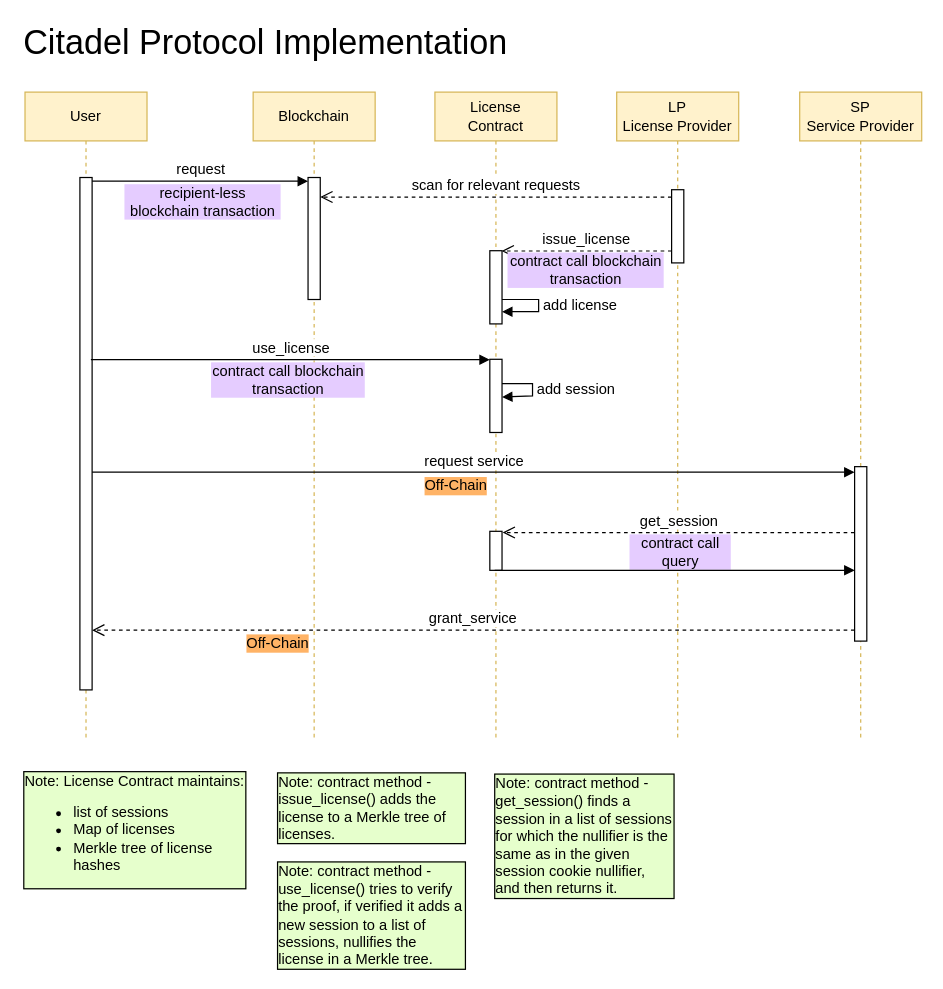
The draw.io diagram docs/specs/images/implementation.drawio in dusk-network/citadel, before the edit. Source tidied: cells renumbered, new cells numbered last; positions are measured from the earlier drawing's top-left corner, leaving out a move shared by most shapes. Both pictures are drawn from the tidied source at 122%, with x=0, y=0 at pixel (21, 23).
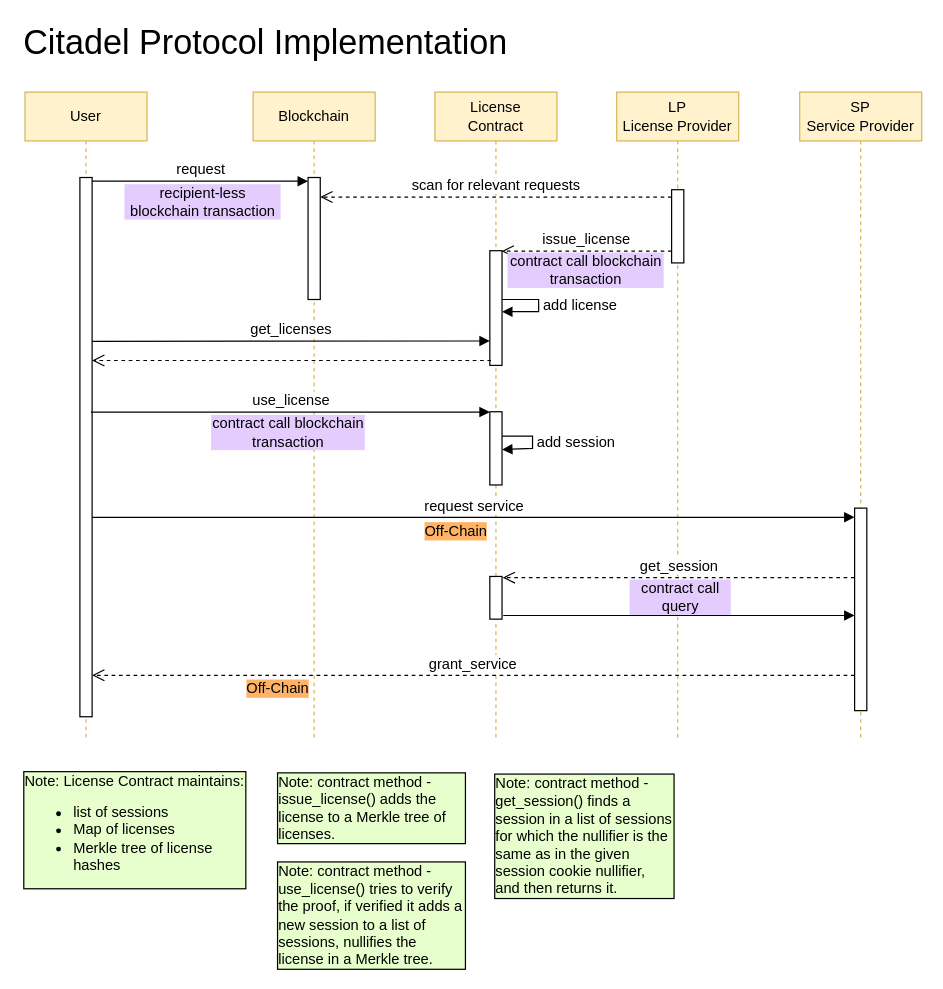
Above is the later version.

Commit message (it also covers changes not shown here):
Improved diagram and added flow description

The change refers to these unchanged cells:
```xml
<mxCell id="4" value="User" style="shape=umlLifeline;perimeter=lifelinePerimeter;whiteSpace=wrap;html=1;newEdgeStyle={&quot;edgeStyle&quot;:&quot;elbowEdgeStyle&quot;,&quot;elbow&quot;:&quot;vertical&quot;,&quot;curved&quot;:0,&quot;rounded&quot;:0};labelBackgroundColor=none;fillColor=#fff2cc;strokeColor=#d6b656;" parent="1" vertex="1">
  <mxGeometry x="3" y="56" width="100" height="530" as="geometry" />
</mxCell>
<mxCell id="30" value="SP&lt;br&gt;Service Provider" style="shape=umlLifeline;perimeter=lifelinePerimeter;whiteSpace=wrap;html=1;newEdgeStyle={&quot;edgeStyle&quot;:&quot;elbowEdgeStyle&quot;,&quot;elbow&quot;:&quot;vertical&quot;,&quot;curved&quot;:0,&quot;rounded&quot;:0};fillColor=#fff2cc;strokeColor=#d6b656;" parent="1" vertex="1">
  <mxGeometry x="638" y="56" width="100" height="530" as="geometry" />
</mxCell>
```

Change to the diagram source:
```diff
@@
     <mxCell id="5" style="html=1;perimeter=orthogonalPerimeter;targetShapes=umlLifeline;newEdgeStyle={&quot;edgeStyle&quot;:&quot;elbowEdgeStyle&quot;,&quot;elbow&quot;:&quot;vertical&quot;,&quot;curved&quot;:0,&quot;rounded&quot;:0};labelBackgroundColor=none;" parent="4" vertex="1">
-      <mxGeometry x="45" y="70" width="10" height="420" as="geometry" />
+      <mxGeometry x="45" y="70" width="10" height="442" as="geometry" />
     </mxCell>
@@
     <mxCell id="10" value="use_license" style="html=1;verticalAlign=bottom;endArrow=block;rounded=0;fontSize=12;exitX=0.9;exitY=0.427;exitDx=0;exitDy=0;exitPerimeter=0;" parent="1" edge="1" target="12">
       <mxGeometry relative="1" as="geometry">
-        <mxPoint x="57" y="275.3" as="sourcePoint" />
+        <mxPoint x="57" y="318.3" as="sourcePoint" />
       </mxGeometry>
     </mxCell>
@@
     <mxCell id="12" style="html=1;points=[];perimeter=orthogonalPerimeter;outlineConnect=0;targetShapes=umlLifeline;portConstraint=eastwest;newEdgeStyle={&quot;edgeStyle&quot;:&quot;elbowEdgeStyle&quot;,&quot;elbow&quot;:&quot;vertical&quot;,&quot;curved&quot;:0,&quot;rounded&quot;:0};" parent="1" vertex="1">
-      <mxGeometry x="384" y="275" width="10" height="60" as="geometry" />
+      <mxGeometry x="384" y="318" width="10" height="60" as="geometry" />
     </mxCell>
@@
     <mxCell id="19" value="contract call blockchain transaction" style="text;html=1;strokeColor=none;fillColor=none;align=center;verticalAlign=middle;whiteSpace=wrap;rounded=0;labelBackgroundColor=#E5CCFF;fontSize=12;" parent="1" vertex="1">
-      <mxGeometry x="155" y="277" width="128" height="30" as="geometry" />
+      <mxGeometry x="155" y="320" width="128" height="30" as="geometry" />
     </mxCell>
-    <mxCell id="20" value="request service" style="html=1;verticalAlign=bottom;endArrow=block;rounded=0;fontSize=12;" parent="1" edge="1" target="31">
+    <mxCell id="20" value="request service" style="html=1;verticalAlign=bottom;endArrow=block;rounded=0;fontSize=12;" parent="1" edge="1">
       <mxGeometry relative="1" as="geometry">
-        <mxPoint x="58" y="367.5" as="sourcePoint" />
+        <mxPoint x="58" y="404.5" as="sourcePoint" />
+        <mxPoint x="683" y="404.5" as="targetPoint" />
       </mxGeometry>
     </mxCell>
     <mxCell id="21" style="html=1;perimeter=orthogonalPerimeter;labelBackgroundColor=#99FF99;fontSize=12;" parent="1" vertex="1">
-      <mxGeometry x="384" y="416" width="10" height="32" as="geometry" />
+      <mxGeometry x="384" y="453" width="10" height="35" as="geometry" />
     </mxCell>
     <mxCell id="22" value="get_session" style="html=1;verticalAlign=bottom;endArrow=open;dashed=1;endSize=8;rounded=0;fontSize=12;entryX=1.05;entryY=0.063;entryDx=0;entryDy=0;entryPerimeter=0;" parent="1" edge="1">
       <mxGeometry relative="1" as="geometry">
-        <mxPoint x="683" y="417" as="sourcePoint" />
-        <mxPoint x="394.5" y="417" as="targetPoint" />
+        <mxPoint x="683" y="454" as="sourcePoint" />
+        <mxPoint x="394.5" y="454" as="targetPoint" />
       </mxGeometry>
     </mxCell>
     <mxCell id="23" value="contract call query" style="text;html=1;strokeColor=none;fillColor=none;align=center;verticalAlign=middle;whiteSpace=wrap;rounded=0;labelBackgroundColor=#E5CCFF;fontSize=12;" parent="1" vertex="1">
-      <mxGeometry x="498" y="423" width="85" height="20" as="geometry" />
+      <mxGeometry x="498" y="460" width="85" height="20" as="geometry" />
     </mxCell>
     <mxCell id="24" value="grant_service" style="html=1;verticalAlign=bottom;endArrow=open;dashed=1;endSize=8;rounded=0;fontSize=12;" parent="1" edge="1">
       <mxGeometry relative="1" as="geometry">
-        <mxPoint x="683" y="497" as="sourcePoint" />
-        <mxPoint x="58" y="497" as="targetPoint" />
+        <mxPoint x="683" y="534" as="sourcePoint" />
+        <mxPoint x="58" y="534" as="targetPoint" />
       </mxGeometry>
     </mxCell>
     <mxCell id="25" value="Off-Chain" style="text;html=1;strokeColor=none;fillColor=none;align=center;verticalAlign=middle;whiteSpace=wrap;rounded=0;labelBackgroundColor=#FFB366;fontSize=12;" parent="1" vertex="1">
-      <mxGeometry x="168" y="493" width="85" height="30" as="geometry" />
+      <mxGeometry x="168" y="530" width="85" height="30" as="geometry" />
     </mxCell>
@@
     <mxCell id="29" style="html=1;verticalAlign=bottom;endArrow=block;rounded=0;fontSize=12;" parent="1" edge="1">
       <mxGeometry relative="1" as="geometry">
-        <mxPoint x="388" y="448" as="sourcePoint" />
-        <mxPoint x="683" y="448" as="targetPoint" />
+        <mxPoint x="395" y="485" as="sourcePoint" />
+        <mxPoint x="683" y="485" as="targetPoint" />
       </mxGeometry>
     </mxCell>
@@
     <mxCell id="31" style="html=1;points=[];perimeter=orthogonalPerimeter;outlineConnect=0;targetShapes=umlLifeline;portConstraint=eastwest;newEdgeStyle={&quot;edgeStyle&quot;:&quot;elbowEdgeStyle&quot;,&quot;elbow&quot;:&quot;vertical&quot;,&quot;curved&quot;:0,&quot;rounded&quot;:0};" parent="30" vertex="1">
-      <mxGeometry x="45" y="307" width="10" height="143" as="geometry" />
+      <mxGeometry x="45" y="341" width="10" height="166" as="geometry" />
     </mxCell>
     <mxCell id="32" style="html=1;points=[];perimeter=orthogonalPerimeter;rounded=0;shadow=0;labelBackgroundColor=#E6FFCC;labelBorderColor=default;fontSize=12;" parent="1" vertex="1">
-      <mxGeometry x="384" y="186" width="10" height="60" as="geometry" />
+      <mxGeometry x="384" y="186" width="10" height="94" as="geometry" />
     </mxCell>
     <mxCell id="33" value="add session" style="edgeStyle=orthogonalEdgeStyle;html=1;align=left;spacingLeft=2;endArrow=block;rounded=0;fontSize=12;" parent="1" edge="1">
       <mxGeometry relative="1" as="geometry">
-        <mxPoint x="394" y="295" as="sourcePoint" />
-        <mxPoint x="394" y="306" as="targetPoint" />
+        <mxPoint x="394" y="338" as="sourcePoint" />
+        <mxPoint x="394" y="349" as="targetPoint" />
         <Array as="points">
-          <mxPoint x="419" y="295" />
-          <mxPoint x="419" y="305" />
+          <mxPoint x="419" y="338" />
+          <mxPoint x="419" y="348" />
         </Array>
       </mxGeometry>
     </mxCell>
@@
     <mxCell id="35" value="Off-Chain" style="text;html=1;strokeColor=none;fillColor=none;align=center;verticalAlign=middle;whiteSpace=wrap;rounded=0;labelBackgroundColor=#FFB366;fontSize=12;" parent="1" vertex="1">
-      <mxGeometry x="314" y="364" width="85" height="30" as="geometry" />
+      <mxGeometry x="314" y="401" width="85" height="30" as="geometry" />
     </mxCell>
+    <mxCell id="36" value="get_licenses" style="html=1;verticalAlign=bottom;endArrow=block;rounded=0;fontSize=12;exitX=0.9;exitY=0.427;exitDx=0;exitDy=0;exitPerimeter=0;" parent="1" edge="1">
+      <mxGeometry relative="1" as="geometry">
+        <mxPoint x="58" y="260.3" as="sourcePoint" />
+        <mxPoint x="384" y="260" as="targetPoint" />
+      </mxGeometry>
+    </mxCell>
+    <mxCell id="37" style="html=1;verticalAlign=bottom;endArrow=open;dashed=1;endSize=8;rounded=0;fontSize=12;" parent="1" edge="1">
+      <mxGeometry relative="1" as="geometry">
+        <mxPoint x="385" y="276" as="sourcePoint" />
+        <mxPoint x="58" y="276" as="targetPoint" />
+      </mxGeometry>
+    </mxCell>
```
